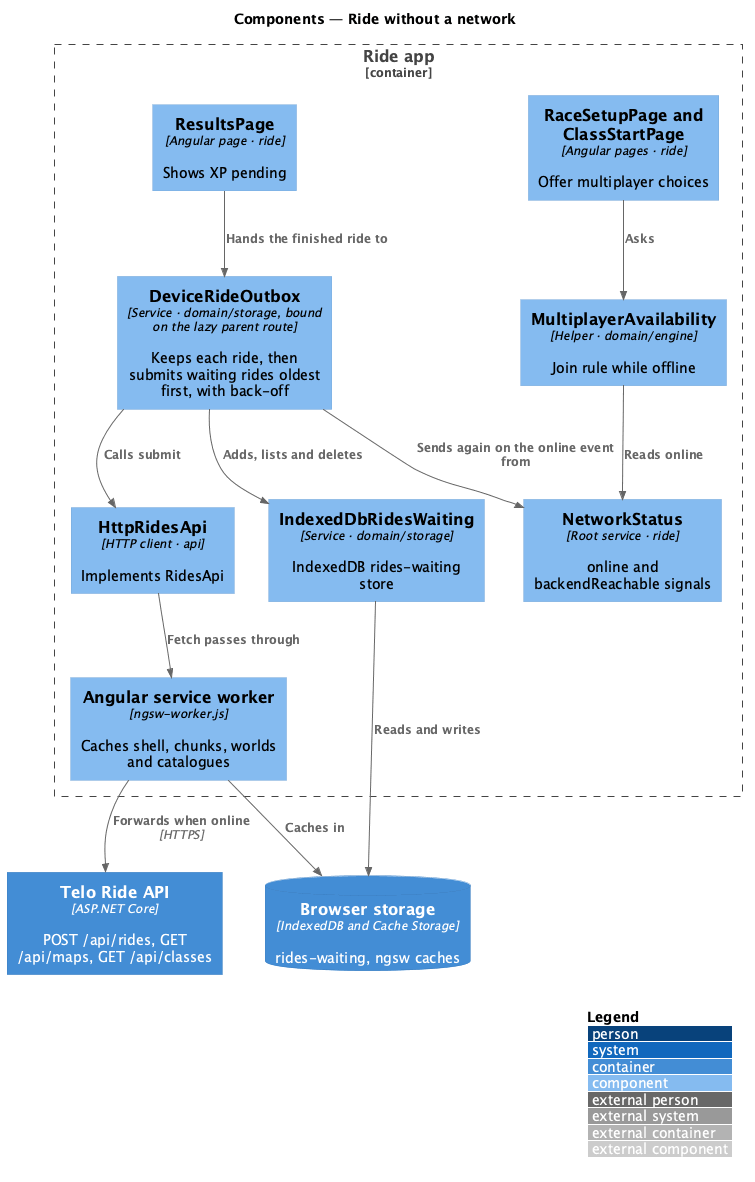
QuinntyneBrown/wattzup keeps this PlantUML diagram as docs/detailed-designs/performance/ride-without-a-network/diagrams/c4-component.png. Above is the earlier version. The source it was exported from:
```plantuml
@startuml
!include <C4/C4_Component>
LAYOUT_WITH_LEGEND()
title Components — Ride without a network

Container(api, "Telo Ride API", "ASP.NET Core", "POST /api/rides, GET /api/maps, GET /api/classes")
ContainerDb(idb, "Browser storage", "IndexedDB and Cache Storage", "rides-waiting, ngsw caches")
Container_Boundary(app, "Ride app") {
  Component(results, "ResultsPage", "Angular page · ride", "Shows XP pending")
  Component(setup, "RaceSetupPage and ClassStartPage", "Angular pages · ride", "Offer multiplayer choices")
  Component(sync, "DeviceRideOutbox", "Service · domain/storage, bound on the lazy parent route", "Keeps each ride, then submits waiting rides oldest first, with back-off")
  Component(net, "NetworkStatus", "Root service · ride", "online and backendReachable signals")
  Component(avail, "MultiplayerAvailability", "Helper · domain/engine", "Join rule while offline")
  Component(outbox, "IndexedDbRidesWaiting", "Service · domain/storage", "IndexedDB rides-waiting store")
  Component(ridesApi, "HttpRidesApi", "HTTP client · api", "Implements RidesApi")
  Component(sw, "Angular service worker", "ngsw-worker.js", "Caches shell, chunks, worlds and catalogues")
}
Rel(results, sync, "Hands the finished ride to")
Rel(sync, outbox, "Adds, lists and deletes")
Rel(sync, ridesApi, "Calls submit")
Rel(sync, net, "Sends again on the online event from")
Rel(setup, avail, "Asks")
Rel(avail, net, "Reads online")
Rel(outbox, idb, "Reads and writes")
Rel(ridesApi, sw, "Fetch passes through")
Rel(sw, idb, "Caches in")
Rel(sw, api, "Forwards when online", "HTTPS")
@enduml
```
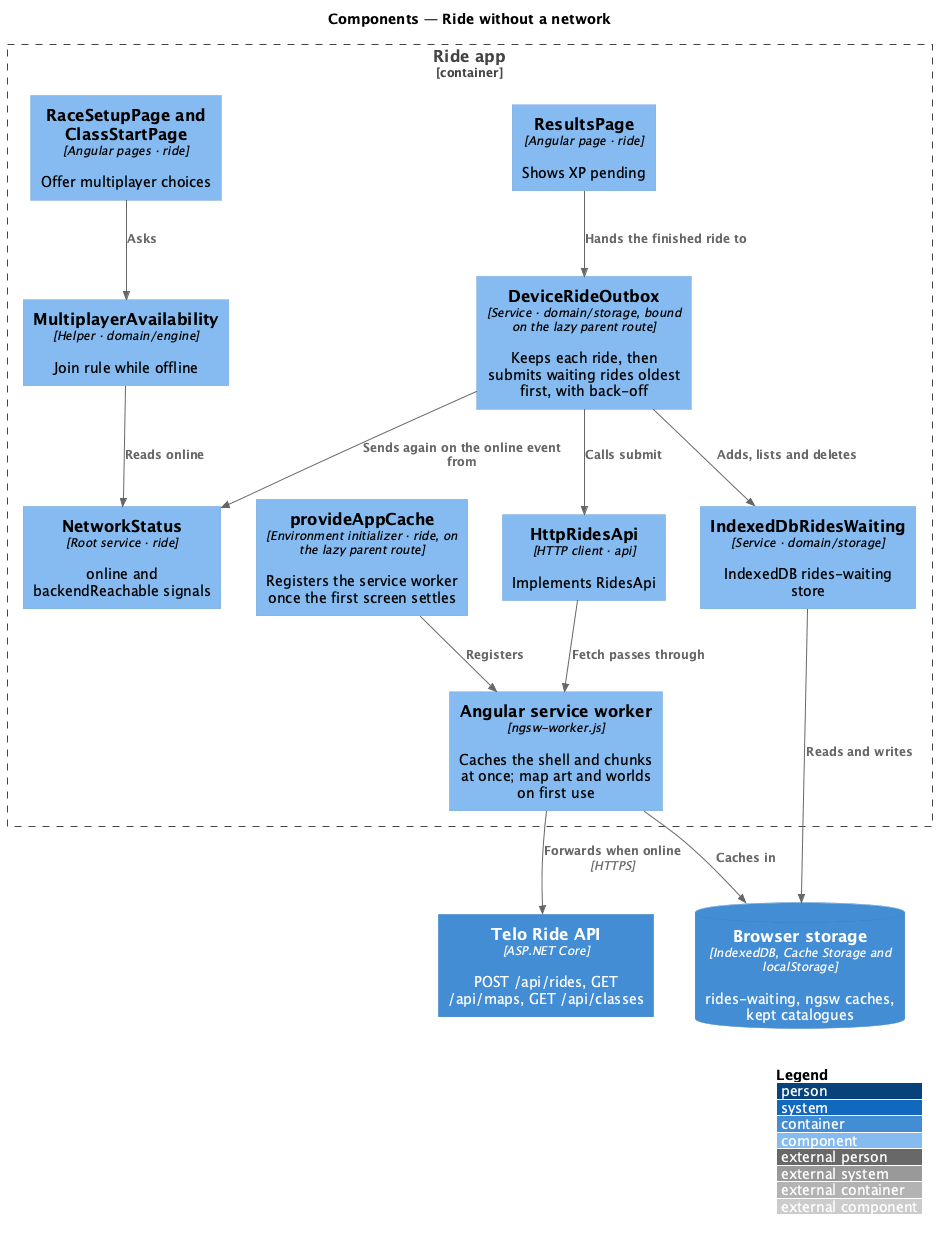
After the change.

Commit message:
Design slice 17.2's app cache

Change to the diagram source:
```diff
@@ -4,7 +4,7 @@
 title Components — Ride without a network
 
 Container(api, "Telo Ride API", "ASP.NET Core", "POST /api/rides, GET /api/maps, GET /api/classes")
-ContainerDb(idb, "Browser storage", "IndexedDB and Cache Storage", "rides-waiting, ngsw caches")
+ContainerDb(idb, "Browser storage", "IndexedDB, Cache Storage and localStorage", "rides-waiting, ngsw caches, kept catalogues")
 Container_Boundary(app, "Ride app") {
   Component(results, "ResultsPage", "Angular page · ride", "Shows XP pending")
   Component(setup, "RaceSetupPage and ClassStartPage", "Angular pages · ride", "Offer multiplayer choices")
@@ -13,7 +13,8 @@
   Component(avail, "MultiplayerAvailability", "Helper · domain/engine", "Join rule while offline")
   Component(outbox, "IndexedDbRidesWaiting", "Service · domain/storage", "IndexedDB rides-waiting store")
   Component(ridesApi, "HttpRidesApi", "HTTP client · api", "Implements RidesApi")
-  Component(sw, "Angular service worker", "ngsw-worker.js", "Caches shell, chunks, worlds and catalogues")
+  Component(register, "provideAppCache", "Environment initializer · ride, on the lazy parent route", "Registers the service worker once the first screen settles")
+  Component(sw, "Angular service worker", "ngsw-worker.js", "Caches the shell and chunks at once; map art and worlds on first use")
 }
 Rel(results, sync, "Hands the finished ride to")
 Rel(sync, outbox, "Adds, lists and deletes")
@@ -23,6 +24,7 @@
 Rel(avail, net, "Reads online")
 Rel(outbox, idb, "Reads and writes")
 Rel(ridesApi, sw, "Fetch passes through")
+Rel(register, sw, "Registers")
 Rel(sw, idb, "Caches in")
 Rel(sw, api, "Forwards when online", "HTTPS")
 @enduml
```
